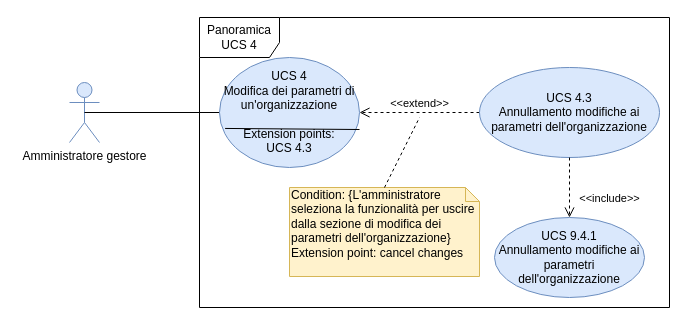
qb-team/Stalker-Documentazione keeps this draw.io diagram as DocumentazioneEsterna/AnalisiDeiRequisiti/Sezioni/UseCase/draw.io/UC SERVER/Panoramica UCS 4.drawio. Above is the earlier version. Source tidied: cells renumbered, new cells numbered last; positions are measured from the earlier drawing's top-left corner, leaving out a move shared by most shapes. Both pictures are drawn from the tidied source at 100%, with x=0, y=0 at pixel (69, 17).
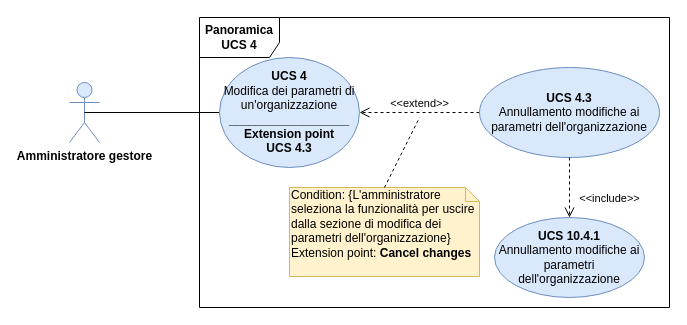
Above is the later version.

What changed in the source:
```diff
@@
 <mxGraphModel>
   <root>
     <mxCell id="0" />
     <mxCell id="1" parent="0" />
-    <mxCell id="2" value="Panoramica UCS 4&lt;br&gt;" style="shape=umlFrame;whiteSpace=wrap;html=1;width=80;height=40;" parent="1" vertex="1">
+    <mxCell id="2" value="&lt;b&gt;Panoramica UCS 4&lt;/b&gt;" style="shape=umlFrame;whiteSpace=wrap;html=1;width=80;height=40;" parent="1" vertex="1">
       <mxGeometry x="130" width="470" height="290" as="geometry" />
     </mxCell>
-    <mxCell id="3" value="Amministratore gestore" style="shape=umlActor;verticalLabelPosition=bottom;labelBackgroundColor=#ffffff;verticalAlign=top;html=1;fillColor=#dae8fc;strokeColor=#6c8ebf;" parent="1" vertex="1">
+    <mxCell id="3" value="&lt;b&gt;Amministratore gestore&lt;/b&gt;" style="shape=umlActor;verticalLabelPosition=bottom;labelBackgroundColor=#ffffff;verticalAlign=top;html=1;fillColor=#dae8fc;strokeColor=#6c8ebf;" parent="1" vertex="1">
       <mxGeometry y="65" width="30" height="60" as="geometry" />
     </mxCell>
     <mxCell id="4" style="endArrow=none;html=1;exitX=0.5;exitY=0.5;exitDx=0;exitDy=0;exitPerimeter=0;entryX=0;entryY=0.5;entryDx=0;entryDy=0;" parent="1" edge="1" source="3" target="5">
       <mxGeometry relative="1" as="geometry" />
     </mxCell>
-    <mxCell id="5" value="UCS 4&lt;br&gt;Modifica dei parametri di un'organizzazione&lt;br&gt;&lt;br&gt;Extension points:&lt;br&gt;UCS 4.3" style="ellipse;whiteSpace=wrap;html=1;fillColor=#dae8fc;strokeColor=#6c8ebf;" parent="1" vertex="1">
+    <mxCell id="5" value="&lt;b&gt;UCS 4&lt;br&gt;&lt;/b&gt;Modifica dei parametri di un'organizzazione&lt;br&gt;&lt;b&gt;__________________&lt;/b&gt;&lt;br&gt;&lt;b&gt;Extension point&lt;br&gt;UCS 4.3&lt;/b&gt;" style="ellipse;whiteSpace=wrap;html=1;fillColor=#dae8fc;strokeColor=#6c8ebf;" parent="1" vertex="1">
       <mxGeometry x="150" y="40" width="140" height="110" as="geometry" />
     </mxCell>
     <mxCell id="6" value="&amp;lt;&amp;lt;extend&amp;gt;&amp;gt;" style="html=1;verticalAlign=bottom;endArrow=open;dashed=1;endSize=8;exitX=0;exitY=0.5;exitDx=0;exitDy=0;entryX=1;entryY=0.5;entryDx=0;entryDy=0;" parent="1" edge="1" source="7" target="5">
       <mxGeometry relative="1" as="geometry" />
     </mxCell>
-    <mxCell id="7" value="UCS 4.3&lt;br&gt;Annullamento modifiche ai parametri dell'organizzazione" style="ellipse;whiteSpace=wrap;html=1;fillColor=#dae8fc;strokeColor=#6c8ebf;" parent="1" vertex="1">
+    <mxCell id="7" value="&lt;b&gt;UCS 4.3&lt;br&gt;&lt;/b&gt;Annullamento modifiche ai parametri dell'organizzazione" style="ellipse;whiteSpace=wrap;html=1;fillColor=#dae8fc;strokeColor=#6c8ebf;" parent="1" vertex="1">
       <mxGeometry x="410" y="50" width="180" height="90" as="geometry" />
     </mxCell>
     <mxCell id="8" value="&amp;lt;&amp;lt;include&amp;gt;&amp;gt;" style="html=1;verticalAlign=bottom;endArrow=open;dashed=1;endSize=8;exitX=0.5;exitY=1;exitDx=0;exitDy=0;entryX=0.5;entryY=0;entryDx=0;entryDy=0;" parent="1" edge="1" source="7" target="9">
       <mxGeometry x="0.67" y="40" relative="1" as="geometry" />
     </mxCell>
-    <mxCell id="9" value="UCS 9.4.1&lt;br&gt;Annullamento modifiche ai parametri dell'organizzazione" style="ellipse;whiteSpace=wrap;html=1;fillColor=#dae8fc;strokeColor=#6c8ebf;" parent="1" vertex="1">
+    <mxCell id="9" value="&lt;b&gt;UCS 10.4.1&lt;br&gt;&lt;/b&gt;Annullamento modifiche ai parametri dell'organizzazione" style="ellipse;whiteSpace=wrap;html=1;fillColor=#dae8fc;strokeColor=#6c8ebf;" parent="1" vertex="1">
       <mxGeometry x="425" y="200" width="150" height="80" as="geometry" />
     </mxCell>
-    <mxCell id="10" value="Condition: {L'amministratore seleziona la funzionalità per uscire dalla sezione di modifica dei parametri dell'organizzazione}&lt;br&gt;Extension point: cancel changes" style="shape=note;whiteSpace=wrap;html=1;size=14;verticalAlign=top;align=left;spacingTop=-6;fillColor=#fff2cc;strokeColor=#d6b656;" parent="1" vertex="1">
+    <mxCell id="10" value="Condition: {L'amministratore seleziona la funzionalità per uscire dalla sezione di modifica dei parametri dell'organizzazione}&lt;br&gt;Extension point: &lt;b&gt;Cancel changes&lt;/b&gt;" style="shape=note;whiteSpace=wrap;html=1;size=14;verticalAlign=top;align=left;spacingTop=-6;fillColor=#fff2cc;strokeColor=#d6b656;" parent="1" vertex="1">
       <mxGeometry x="220" y="170" width="190" height="89" as="geometry" />
     </mxCell>
     <mxCell id="11" style="endArrow=none;dashed=1;html=1;exitX=0.5;exitY=0;exitDx=0;exitDy=0;exitPerimeter=0;" parent="1" edge="1" source="10">
       <mxGeometry relative="1" as="geometry">
         <mxPoint x="350" y="100" as="targetPoint" />
       </mxGeometry>
     </mxCell>
-    <mxCell id="12" style="endArrow=none;html=1;exitX=0.04;exitY=0.645;exitDx=0;exitDy=0;exitPerimeter=0;" parent="1" edge="1" source="5">
-      <mxGeometry relative="1" as="geometry">
-        <mxPoint x="290" y="112" as="targetPoint" />
-      </mxGeometry>
-    </mxCell>
   </root>
 </mxGraphModel>
```
